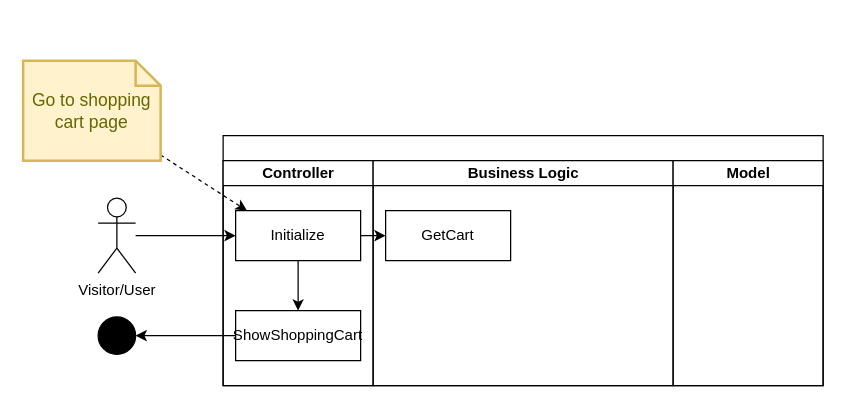
The draw.io diagram diagrams/ASD/viewShoppingcart.drawio in JochemGrootherder/educom-webshop-runtime-records, before the edit. Source tidied: cells renumbered, new cells numbered last; positions are measured from the earlier drawing's top-left corner, leaving out a move shared by most shapes. Both pictures are drawn from the tidied source at 125%, with x=0, y=0 at pixel (22, 60).
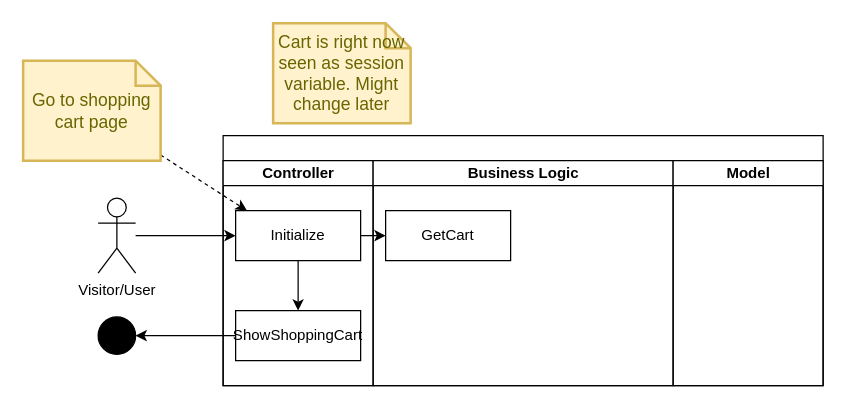
The same page after the edit.

What changed in the source:
```diff
@@
 <mxGraphModel>
   <root>
     <mxCell id="0" />
     <mxCell id="1" parent="0" />
     <mxCell id="2" style="swimlane;startSize=20;html=1;" parent="1" vertex="1">
       <mxGeometry x="160" y="60" width="480" height="200" as="geometry" />
     </mxCell>
     <mxCell id="3" value="Controller" style="swimlane;startSize=20;html=1;" parent="2" vertex="1">
       <mxGeometry y="20" width="120" height="180" as="geometry" />
     </mxCell>
     <mxCell id="4" style="edgeStyle=none;html=1;" parent="3" edge="1" source="5">
       <mxGeometry relative="1" as="geometry">
         <mxPoint x="60" y="120" as="targetPoint" />
       </mxGeometry>
     </mxCell>
     <mxCell id="5" value="Initialize" style="rounded=0;whiteSpace=wrap;html=1;" parent="3" vertex="1">
       <mxGeometry x="10" y="40" width="100" height="40" as="geometry" />
     </mxCell>
     <mxCell id="6" value="ShowShoppingCart" style="rounded=0;whiteSpace=wrap;html=1;" parent="3" vertex="1">
       <mxGeometry x="10" y="120" width="100" height="40" as="geometry" />
     </mxCell>
     <mxCell id="7" value="Business Logic" style="swimlane;startSize=20;html=1;" parent="2" vertex="1">
       <mxGeometry x="120" y="20" width="240" height="180" as="geometry" />
     </mxCell>
     <mxCell id="8" value="GetCart" style="rounded=0;whiteSpace=wrap;html=1;" parent="7" vertex="1">
       <mxGeometry x="10" y="40" width="100" height="40" as="geometry" />
     </mxCell>
     <mxCell id="9" value="Model" style="swimlane;startSize=20;html=1;" parent="2" vertex="1">
       <mxGeometry x="360" y="20" width="120" height="180" as="geometry" />
     </mxCell>
     <mxCell id="10" style="edgeStyle=none;html=1;" parent="2" edge="1" source="5" target="8">
       <mxGeometry relative="1" as="geometry" />
     </mxCell>
     <mxCell id="11" style="edgeStyle=none;html=1;" parent="1" edge="1" source="12" target="5">
       <mxGeometry relative="1" as="geometry" />
     </mxCell>
     <mxCell id="12" value="Visitor/User" style="shape=umlActor;verticalLabelPosition=bottom;verticalAlign=top;html=1;outlineConnect=0;" parent="1" vertex="1">
       <mxGeometry x="60" y="110" width="30" height="60" as="geometry" />
     </mxCell>
     <mxCell id="13" style="ellipse;fillColor=strokeColor;fontSize=15;" parent="1" vertex="1">
       <mxGeometry x="60" y="205" width="30" height="30" as="geometry" />
     </mxCell>
     <mxCell id="14" style="edgeStyle=orthogonalEdgeStyle;html=1;fontSize=15;" parent="1" edge="1" source="6" target="13">
       <mxGeometry relative="1" as="geometry" />
     </mxCell>
     <mxCell id="15" style="edgeStyle=none;html=1;dashed=1;" parent="1" edge="1" source="16">
       <mxGeometry relative="1" as="geometry">
         <mxPoint x="179" y="120" as="targetPoint" />
       </mxGeometry>
     </mxCell>
     <mxCell id="16" value="Go to shopping cart page" style="shape=note;strokeWidth=2;fontSize=14;size=20;whiteSpace=wrap;html=1;fillColor=#fff2cc;strokeColor=#d6b656;fontColor=#666600;" parent="1" vertex="1">
       <mxGeometry width="110" height="80" as="geometry" />
     </mxCell>
+    <mxCell id="17" value="Cart is right now seen as session variable. Might change later" style="shape=note;strokeWidth=2;fontSize=14;size=20;whiteSpace=wrap;html=1;fillColor=#fff2cc;strokeColor=#d6b656;fontColor=#666600;" parent="1" vertex="1">
+      <mxGeometry x="200" y="-30" width="110" height="80" as="geometry" />
+    </mxCell>
   </root>
 </mxGraphModel>
```
